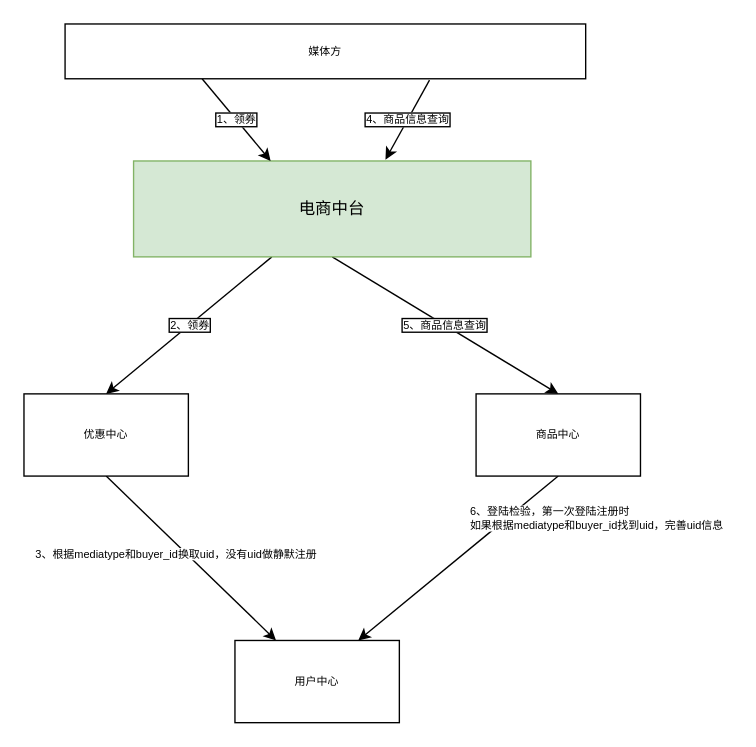
Before: page "Page-38" (31 of 32) of Untitled Diagram.drawio in zengcrvip/basedemo, a draw.io diagram. Source tidied: cells renumbered, new cells numbered last; positions are measured from the earlier drawing's top-left corner, leaving out a move shared by most shapes. Both pictures are drawn from the tidied source at 137%, with x=0, y=0 at pixel (23, 23).
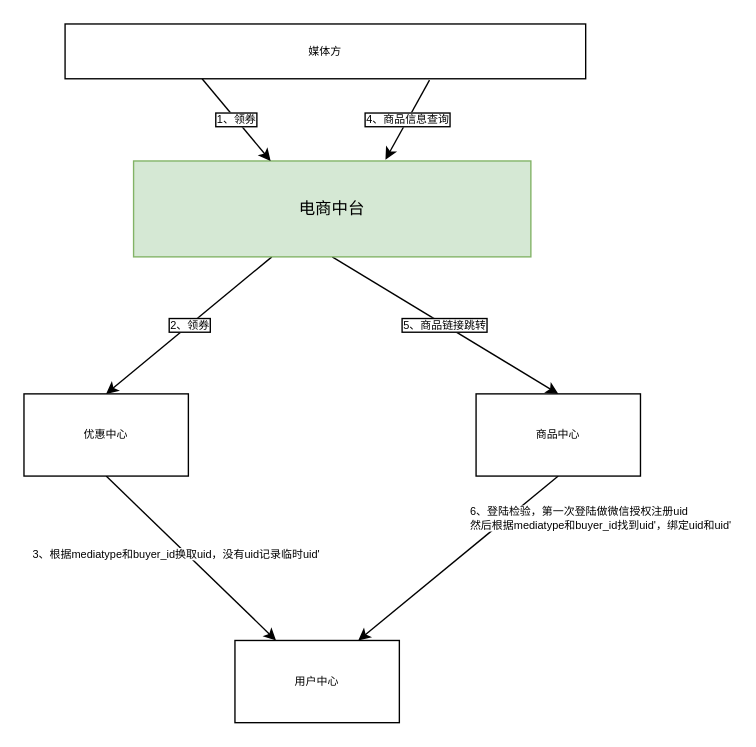
The same diagram, later.

What changed in the source:
```diff
@@
 <mxGraphModel>
   <root>
     <mxCell id="0" />
     <mxCell id="1" parent="0" />
     <mxCell id="2" value="2、领券" style="edgeStyle=none;rounded=0;jettySize=auto;html=1;exitX=0.348;exitY=1;exitDx=0;exitDy=0;entryX=0.5;entryY=0;entryDx=0;entryDy=0;labelBorderColor=default;fontSize=8;fontColor=default;strokeColor=#000000;exitPerimeter=0;" parent="1" edge="1" source="4" target="10">
       <mxGeometry relative="1" as="geometry" />
     </mxCell>
-    <mxCell id="3" value="5、商品信息查询" style="edgeStyle=none;rounded=0;jettySize=auto;html=1;exitX=0.5;exitY=1;exitDx=0;exitDy=0;entryX=0.5;entryY=0;entryDx=0;entryDy=0;labelBorderColor=default;fontSize=8;fontColor=default;strokeColor=#000000;" parent="1" edge="1" source="4" target="13">
+    <mxCell id="3" value="5、商品链接跳转" style="edgeStyle=none;rounded=0;jettySize=auto;html=1;exitX=0.5;exitY=1;exitDx=0;exitDy=0;entryX=0.5;entryY=0;entryDx=0;entryDy=0;labelBorderColor=default;fontSize=8;fontColor=default;strokeColor=#000000;" parent="1" edge="1" source="4" target="13">
       <mxGeometry relative="1" as="geometry" />
     </mxCell>
     <mxCell id="4" value="电商中台" style="rounded=0;whiteSpace=wrap;html=1;fillColor=#d5e8d4;strokeColor=#82b366;" parent="1" vertex="1">
       <mxGeometry x="80" y="100" width="290" height="70" as="geometry" />
     </mxCell>
     <mxCell id="5" value="1、领券" style="edgeStyle=none;rounded=0;jettySize=auto;html=1;entryX=0.345;entryY=0;entryDx=0;entryDy=0;labelBorderColor=default;fontSize=8;fontColor=default;strokeColor=#000000;entryPerimeter=0;" parent="1" edge="1" target="4">
       <mxGeometry relative="1" as="geometry">
         <mxPoint x="130" y="40" as="sourcePoint" />
       </mxGeometry>
     </mxCell>
     <mxCell id="6" value="4、商品信息查询" style="edgeStyle=none;rounded=0;jettySize=auto;html=1;exitX=0.7;exitY=1.025;exitDx=0;exitDy=0;entryX=0.634;entryY=-0.014;entryDx=0;entryDy=0;entryPerimeter=0;labelBorderColor=default;fontSize=8;fontColor=default;strokeColor=#000000;exitPerimeter=0;" parent="1" edge="1" source="7" target="4">
       <mxGeometry relative="1" as="geometry" />
     </mxCell>
     <mxCell id="7" value="媒体方" style="rounded=0;whiteSpace=wrap;html=1;labelBorderColor=none;fontSize=8;fontColor=default;" parent="1" vertex="1">
       <mxGeometry x="30" width="380" height="40" as="geometry" />
     </mxCell>
     <mxCell id="8" style="edgeStyle=none;rounded=0;jettySize=auto;html=1;exitX=0.5;exitY=1;exitDx=0;exitDy=0;entryX=0.25;entryY=0;entryDx=0;entryDy=0;labelBorderColor=default;fontSize=8;fontColor=default;strokeColor=#000000;" parent="1" edge="1" source="10" target="11">
       <mxGeometry relative="1" as="geometry" />
     </mxCell>
-    <mxCell id="9" value="3、根据mediatype和buyer_id换取uid，没有uid做静默注册" style="edgeLabel;html=1;align=center;verticalAlign=middle;fontSize=8;fontColor=default;" parent="8" vertex="1">
+    <mxCell id="9" value="3、根据mediatype和buyer_id换取uid，没有uid记录临时uid'" style="edgeLabel;html=1;align=center;verticalAlign=middle;fontSize=8;fontColor=default;" parent="8" vertex="1">
       <mxGeometry x="-0.33" relative="1" as="geometry">
         <mxPoint x="9" y="16" as="offset" />
       </mxGeometry>
     </mxCell>
     <mxCell id="10" value="优惠中心" style="rounded=0;whiteSpace=wrap;html=1;labelBorderColor=none;fontSize=8;fontColor=default;" parent="1" vertex="1">
       <mxGeometry y="270" width="120" height="60" as="geometry" />
     </mxCell>
     <mxCell id="11" value="用户中心" style="rounded=0;whiteSpace=wrap;html=1;labelBorderColor=none;fontSize=8;fontColor=default;" parent="1" vertex="1">
       <mxGeometry x="154" y="450" width="120" height="60" as="geometry" />
     </mxCell>
-    <mxCell id="12" value="6、登陆检验，第一次登陆注册时&lt;br&gt;如果根据mediatype和buyer_id找到uid，完善uid信息" style="edgeStyle=none;rounded=0;jettySize=auto;html=1;exitX=0.5;exitY=1;exitDx=0;exitDy=0;entryX=0.75;entryY=0;entryDx=0;entryDy=0;labelBorderColor=none;fontSize=8;fontColor=default;strokeColor=#000000;align=left;" parent="1" edge="1" source="13" target="11">
+    <mxCell id="12" value="6、登陆检验，第一次登陆做微信授权注册uid&lt;br&gt;然后根据mediatype和buyer_id找到uid'，绑定uid和uid'" style="edgeStyle=none;rounded=0;jettySize=auto;html=1;exitX=0.5;exitY=1;exitDx=0;exitDy=0;entryX=0.75;entryY=0;entryDx=0;entryDy=0;labelBorderColor=none;fontSize=8;fontColor=default;strokeColor=#000000;align=left;" parent="1" edge="1" source="13" target="11">
       <mxGeometry x="-0.26" y="-18" relative="1" as="geometry" />
     </mxCell>
     <mxCell id="13" value="商品中心" style="rounded=0;whiteSpace=wrap;html=1;labelBorderColor=none;fontSize=8;fontColor=default;" parent="1" vertex="1">
       <mxGeometry x="330" y="270" width="120" height="60" as="geometry" />
     </mxCell>
   </root>
 </mxGraphModel>
```
